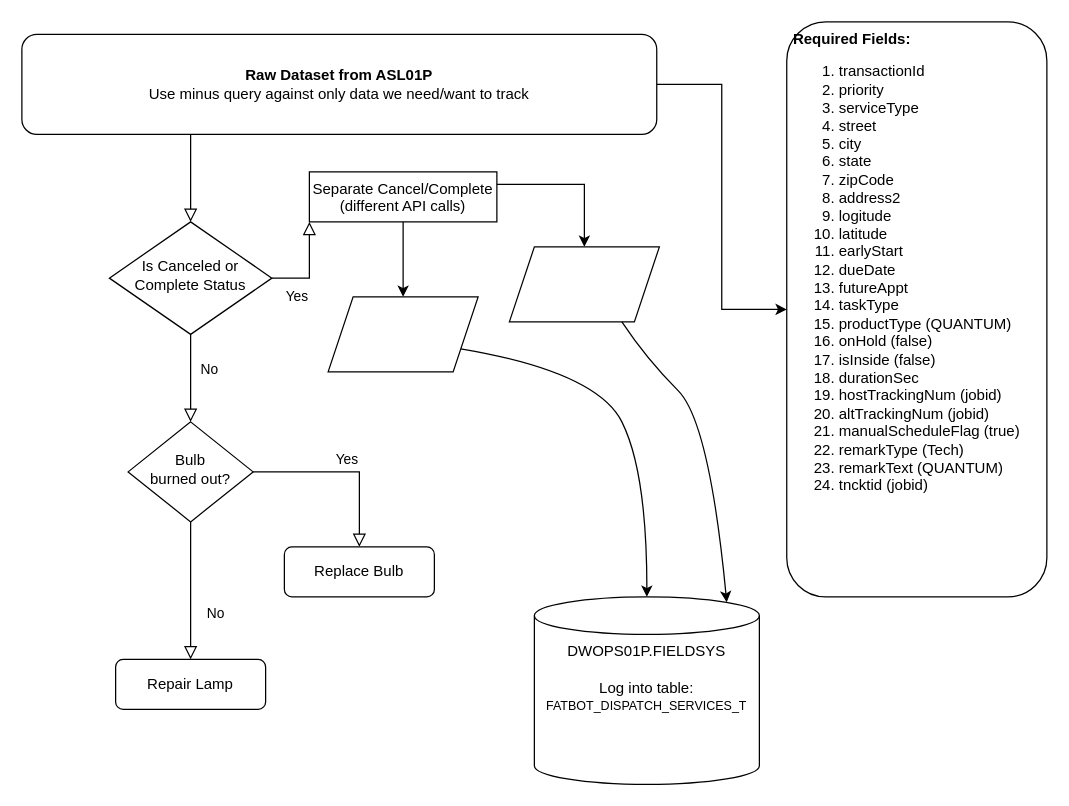
The draw.io diagram Untitled Diagram.drawio in kentkenyon-ctlumen/paul_test_piglatin, before the edit. Source tidied: cells renumbered, new cells numbered last; positions are measured from the earlier drawing's top-left corner, leaving out a move shared by most shapes. Both pictures are drawn from the tidied source at 125%, with x=0, y=0 at pixel (21, 21).
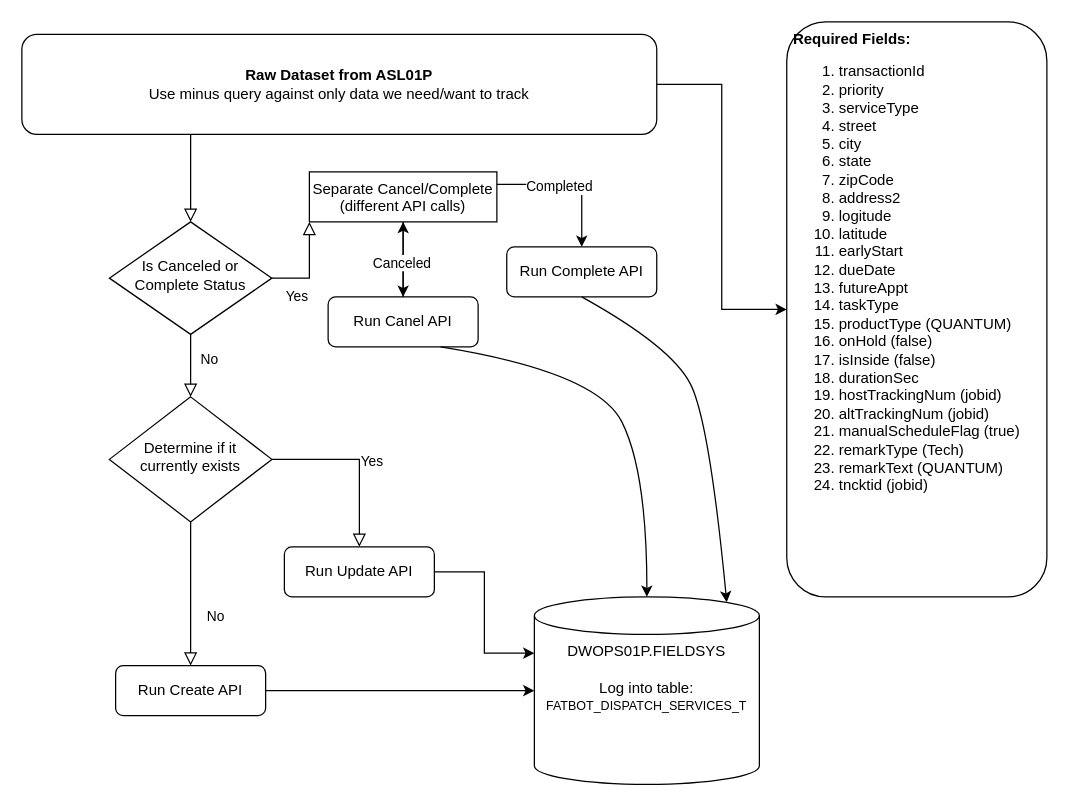
After the change.

The change refers to these unchanged cells:
```xml
<mxCell id="11" style="group;horizontal=0;" parent="1" vertex="1">
  <mxGeometry width="820" height="460" as="geometry" />
</mxCell>
<mxCell id="16" value="Separate Cancel/Complete&lt;br&gt;(different API calls)" style="rounded=0;whiteSpace=wrap;html=1;verticalAlign=top;" parent="11" vertex="1">
  <mxGeometry x="230" y="120" width="150" height="40" as="geometry" />
</mxCell>
<mxCell id="20" value="DWOPS01P.FIELDSYS&lt;br&gt;&lt;br&gt;Log into table:&lt;br&gt;&lt;font style=&quot;font-size: 10px&quot;&gt;FATBOT_DISPATCH_SERVICES_T&lt;/font&gt;" style="shape=cylinder3;whiteSpace=wrap;html=1;boundedLbl=1;backgroundOutline=1;size=15;verticalAlign=top;" parent="1" vertex="1">
  <mxGeometry x="410" y="460" width="180" height="150" as="geometry" />
</mxCell>
```

What changed in the source:
```diff
@@
-    <mxCell id="8" value="Bulb&lt;br&gt;burned out?" style="rhombus;whiteSpace=wrap;html=1;shadow=0;fontFamily=Helvetica;fontSize=12;align=center;strokeWidth=1;spacing=6;spacingTop=-4;" parent="1" vertex="1">
-      <mxGeometry x="85" y="320" width="100" height="80" as="geometry" />
+    <mxCell id="8" value="Determine if it currently exists" style="rhombus;whiteSpace=wrap;html=1;shadow=0;fontFamily=Helvetica;fontSize=12;align=center;strokeWidth=1;spacing=6;spacingTop=-4;" parent="1" vertex="1">
+      <mxGeometry x="70" y="300" width="130" height="100" as="geometry" />
     </mxCell>
+    <mxCell id="23" style="edgeStyle=orthogonalEdgeStyle;rounded=0;jettySize=auto;html=1;exitX=1;exitY=0.5;exitDx=0;exitDy=0;entryX=0;entryY=0.5;entryDx=0;entryDy=0;entryPerimeter=0;" parent="1" edge="1" source="9" target="20">
+      <mxGeometry relative="1" as="geometry" />
+    </mxCell>
-    <mxCell id="9" value="Repair Lamp" style="rounded=1;whiteSpace=wrap;html=1;fontSize=12;glass=0;strokeWidth=1;shadow=0;" parent="1" vertex="1">
-      <mxGeometry x="75" y="510" width="120" height="40" as="geometry" />
+    <mxCell id="9" value="Run Create API" style="rounded=1;whiteSpace=wrap;html=1;fontSize=12;glass=0;strokeWidth=1;shadow=0;" parent="1" vertex="1">
+      <mxGeometry x="75" y="515" width="120" height="40" as="geometry" />
     </mxCell>
+    <mxCell id="24" style="edgeStyle=orthogonalEdgeStyle;rounded=0;jettySize=auto;html=1;entryX=0;entryY=0;entryDx=0;entryDy=45;entryPerimeter=0;" parent="1" edge="1" source="10" target="20">
+      <mxGeometry relative="1" as="geometry" />
+    </mxCell>
-    <mxCell id="10" value="Replace Bulb" style="rounded=1;whiteSpace=wrap;html=1;fontSize=12;glass=0;strokeWidth=1;shadow=0;" parent="1" vertex="1">
+    <mxCell id="10" value="Run Update API" style="rounded=1;whiteSpace=wrap;html=1;fontSize=12;glass=0;strokeWidth=1;shadow=0;" parent="1" vertex="1">
       <mxGeometry x="210" y="420" width="120" height="40" as="geometry" />
     </mxCell>
@@
-    <mxCell id="15" style="edgeStyle=orthogonalEdgeStyle;rounded=0;jettySize=auto;html=1;exitX=0.5;exitY=1;exitDx=0;exitDy=0;entryX=0.5;entryY=0;entryDx=0;entryDy=0;" parent="11" edge="1" source="16" target="17">
-      <mxGeometry relative="1" as="geometry" />
+    <mxCell id="15" style="edgeStyle=orthogonalEdgeStyle;rounded=0;jettySize=auto;html=1;exitX=0.5;exitY=1;exitDx=0;exitDy=0;entryX=0.5;entryY=0;entryDx=0;entryDy=0;" parent="11" edge="1" source="16">
+      <mxGeometry relative="1" as="geometry">
+        <mxPoint x="305" y="220" as="targetPoint" />
+        <Array as="points">
+          <mxPoint x="305" y="190" />
+          <mxPoint x="305" y="190" />
+        </Array>
+      </mxGeometry>
     </mxCell>
@@
-    <mxCell id="17" style="shape=parallelogram;perimeter=parallelogramPerimeter;whiteSpace=wrap;html=1;fixedSize=1;verticalAlign=top;" parent="11" vertex="1">
-      <mxGeometry x="245" y="220" width="120" height="60" as="geometry" />
-    </mxCell>
-    <mxCell id="18" style="edgeStyle=orthogonalEdgeStyle;rounded=0;jettySize=auto;html=1;exitX=1;exitY=0.25;exitDx=0;exitDy=0;entryX=0.5;entryY=0;entryDx=0;entryDy=0;" parent="11" edge="1" source="16" target="19">
+    <mxCell id="18" style="edgeStyle=orthogonalEdgeStyle;rounded=0;jettySize=auto;html=1;exitX=1;exitY=0.25;exitDx=0;exitDy=0;entryX=0.5;entryY=0;entryDx=0;entryDy=0;" parent="11" edge="1" source="16" target="29">
       <mxGeometry relative="1" as="geometry" />
     </mxCell>
-    <mxCell id="19" style="shape=parallelogram;perimeter=parallelogramPerimeter;whiteSpace=wrap;html=1;fixedSize=1;verticalAlign=top;" parent="11" vertex="1">
-      <mxGeometry x="390" y="180" width="120" height="60" as="geometry" />
-    </mxCell>
+    <mxCell id="25" value="Completed" style="edgeLabel;html=1;align=center;verticalAlign=middle;" parent="18" vertex="1">
+      <mxGeometry x="-0.17" y="-1" relative="1" as="geometry" />
+    </mxCell>
+    <mxCell id="26" style="edgeStyle=orthogonalEdgeStyle;rounded=0;jettySize=auto;html=1;exitX=0.5;exitY=0;exitDx=0;exitDy=0;" parent="11" edge="1" source="28" target="16">
+      <mxGeometry relative="1" as="geometry" />
+    </mxCell>
+    <mxCell id="27" value="Canceled" style="edgeLabel;html=1;align=center;verticalAlign=middle;" parent="26" vertex="1">
+      <mxGeometry x="-0.07" y="2" relative="1" as="geometry" />
+    </mxCell>
+    <mxCell id="28" value="Run Canel API" style="rounded=1;whiteSpace=wrap;html=1;fontSize=12;glass=0;strokeWidth=1;shadow=0;" parent="11" vertex="1">
+      <mxGeometry x="245" y="220" width="120" height="40" as="geometry" />
+    </mxCell>
+    <mxCell id="29" value="Run Complete API" style="rounded=1;whiteSpace=wrap;html=1;fontSize=12;glass=0;strokeWidth=1;shadow=0;" parent="11" vertex="1">
+      <mxGeometry x="387.9" y="180" width="120" height="40" as="geometry" />
+    </mxCell>
@@
-    <mxCell id="21" style="curved=1;endArrow=classic;html=1;exitX=0.75;exitY=1;exitDx=0;exitDy=0;entryX=0.855;entryY=0;entryDx=0;entryDy=4.35;entryPerimeter=0;" parent="1" edge="1" source="19" target="20">
+    <mxCell id="21" style="curved=1;endArrow=classic;html=1;exitX=0.5;exitY=1;exitDx=0;exitDy=0;entryX=0.855;entryY=0;entryDx=0;entryDy=4.35;entryPerimeter=0;" parent="1" edge="1" source="29" target="20">
       <mxGeometry relative="1" as="geometry">
         <Array as="points">
-          <mxPoint x="500" y="270" />
+          <mxPoint x="520" y="260" />
           <mxPoint x="550" y="320" />
         </Array>
       </mxGeometry>
     </mxCell>
-    <mxCell id="22" style="curved=1;endArrow=classic;html=1;exitX=1;exitY=0.75;exitDx=0;exitDy=0;entryX=0.5;entryY=0;entryDx=0;entryDy=0;entryPerimeter=0;" parent="1" edge="1" source="17" target="20">
+    <mxCell id="22" style="curved=1;endArrow=classic;html=1;exitX=0.75;exitY=1;exitDx=0;exitDy=0;entryX=0.5;entryY=0;entryDx=0;entryDy=0;entryPerimeter=0;" parent="1" edge="1" source="28" target="20">
       <mxGeometry relative="1" as="geometry">
         <Array as="points">
           <mxPoint x="460" y="280" />
           <mxPoint x="500" y="360" />
         </Array>
       </mxGeometry>
     </mxCell>
```
